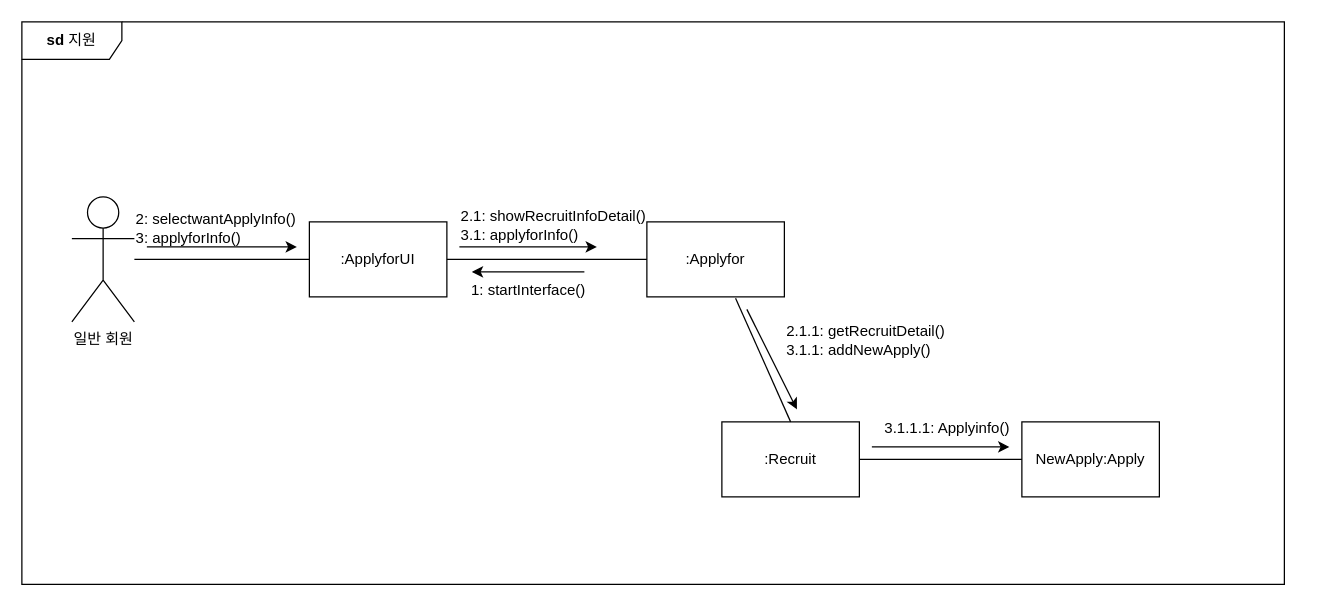
Before: Taemin/지원_Communication_Diagram_B811045김태민_과제2.drawio in KimTaemin-Git/SE2, a draw.io diagram. Source tidied: cells renumbered, new cells numbered last; positions are measured from the earlier drawing's top-left corner, leaving out a move shared by most shapes. Both pictures are drawn from the tidied source at 125%, with x=0, y=0 at pixel (21, 21).
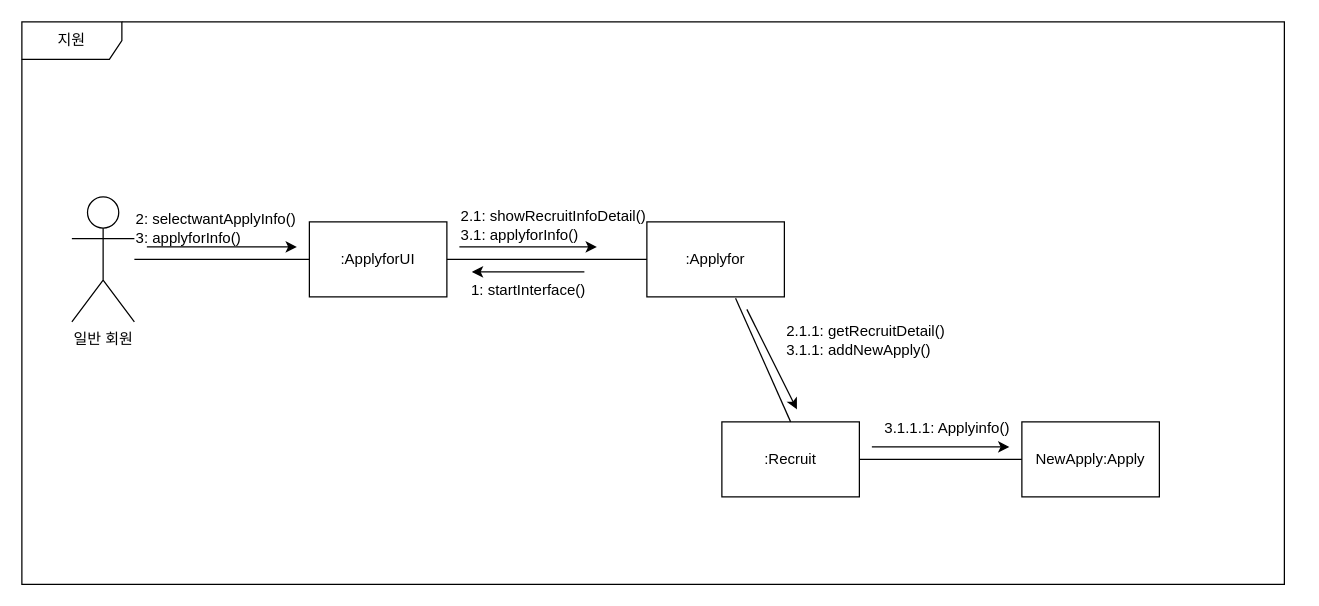
Above is the later version.

Commit message:
지원_Communication_Diagram_B811045김태민_과제2.drawio 업데이트

Change to the diagram source:
```diff
@@
-    <mxCell id="21" value="&lt;b&gt;sd&lt;/b&gt;&amp;nbsp;지원" style="shape=umlFrame;whiteSpace=wrap;html=1;width=80;height=30;" parent="1" vertex="1">
+    <mxCell id="21" value="지원" style="shape=umlFrame;whiteSpace=wrap;html=1;width=80;height=30;" parent="1" vertex="1">
       <mxGeometry width="1010" height="450" as="geometry" />
     </mxCell>
```
